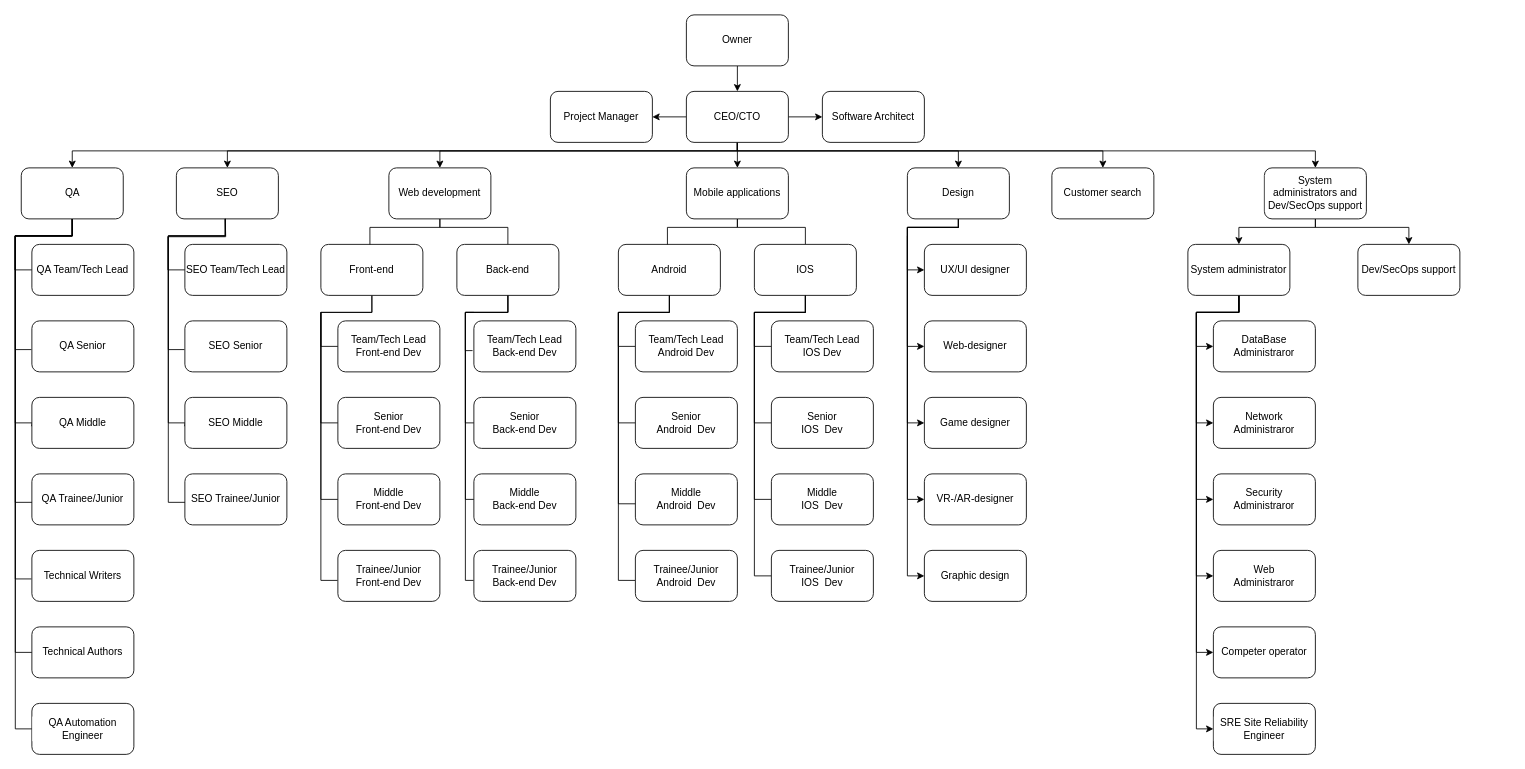
Above: StructurITCompany/LW4.drawio in Kostya217/SoftSkillsLaboratoryWork4 (draw.io), before the change. Source tidied: cells renumbered, new cells numbered last; positions are measured from the earlier drawing's top-left corner, leaving out a move shared by most shapes. Both pictures are drawn from the tidied source at 85%, with x=0, y=0 at pixel (14, 14).
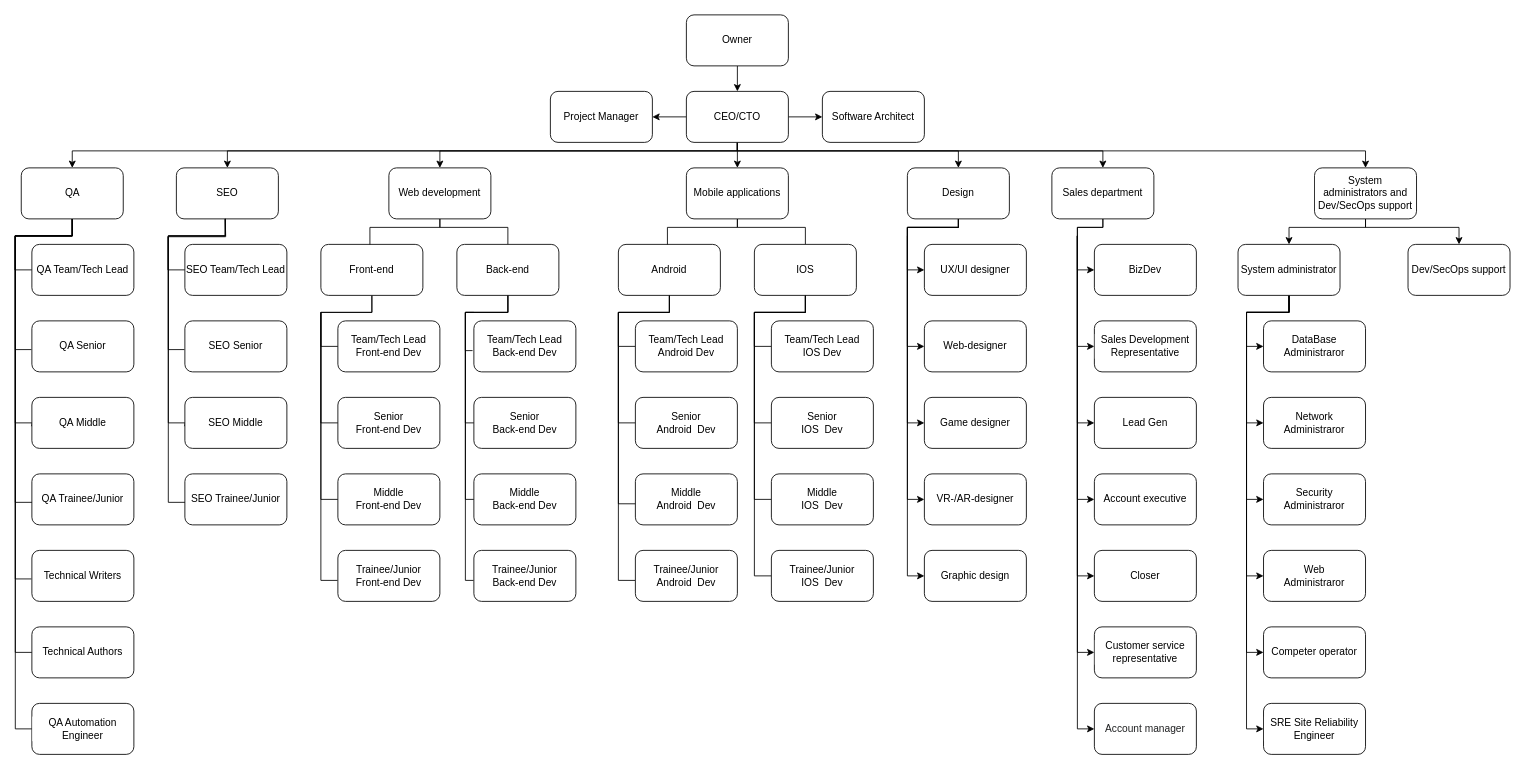
Above is the later version.

The change refers to these unchanged cells:
```xml
<mxCell id="13" value="CEO/CTO" style="rounded=1;whiteSpace=wrap;html=1;fillColor=default;strokeColor=default;fontColor=default;" parent="1" vertex="1">
  <mxGeometry x="790" y="90" width="120" height="60" as="geometry" />
</mxCell>
```

The edit, as a diff of the source:
```diff
@@
     <mxCell id="9" style="edgeStyle=orthogonalEdgeStyle;rounded=0;jettySize=auto;html=1;entryX=0.5;entryY=0;entryDx=0;entryDy=0;labelBackgroundColor=default;fontColor=default;strokeColor=default;" parent="1" edge="1" source="13" target="47">
       <mxGeometry relative="1" as="geometry">
         <Array as="points">
           <mxPoint x="850" y="160" />
-          <mxPoint x="1530" y="160" />
+          <mxPoint x="1589" y="160" />
         </Array>
       </mxGeometry>
     </mxCell>
@@
+    <mxCell id="111" style="edgeStyle=orthogonalEdgeStyle;rounded=0;jettySize=auto;html=1;entryX=0;entryY=0.5;entryDx=0;entryDy=0;fontFamily=Helvetica;fontSize=12;fontColor=#000000;" parent="1" edge="1" source="44" target="121">
+      <mxGeometry relative="1" as="geometry">
+        <Array as="points">
+          <mxPoint x="1280" y="250" />
+          <mxPoint x="1250" y="250" />
+          <mxPoint x="1250" y="300" />
+        </Array>
+      </mxGeometry>
+    </mxCell>
+    <mxCell id="112" style="edgeStyle=orthogonalEdgeStyle;rounded=0;jettySize=auto;html=1;entryX=0;entryY=0.5;entryDx=0;entryDy=0;fontFamily=Helvetica;fontSize=12;fontColor=#000000;" parent="1" edge="1" target="123">
+      <mxGeometry relative="1" as="geometry">
+        <mxPoint x="1250" y="260" as="sourcePoint" />
+        <Array as="points">
+          <mxPoint x="1250" y="390" />
+        </Array>
+      </mxGeometry>
+    </mxCell>
+    <mxCell id="113" style="edgeStyle=orthogonalEdgeStyle;rounded=0;jettySize=auto;html=1;entryX=0;entryY=0.5;entryDx=0;entryDy=0;fontFamily=Helvetica;fontSize=12;fontColor=#000000;" parent="1" edge="1" target="122">
+      <mxGeometry relative="1" as="geometry">
+        <mxPoint x="1250" y="260" as="sourcePoint" />
+        <Array as="points">
+          <mxPoint x="1250" y="480" />
+        </Array>
+      </mxGeometry>
+    </mxCell>
+    <mxCell id="114" style="edgeStyle=orthogonalEdgeStyle;rounded=0;jettySize=auto;html=1;entryX=0;entryY=0.5;entryDx=0;entryDy=0;fontFamily=Helvetica;fontSize=12;fontColor=#000000;" parent="1" edge="1" target="118">
+      <mxGeometry relative="1" as="geometry">
+        <mxPoint x="1250" y="260" as="sourcePoint" />
+        <Array as="points">
+          <mxPoint x="1250" y="570" />
+        </Array>
+      </mxGeometry>
+    </mxCell>
+    <mxCell id="115" style="edgeStyle=orthogonalEdgeStyle;rounded=0;jettySize=auto;html=1;entryX=0;entryY=0.5;entryDx=0;entryDy=0;fontFamily=Helvetica;fontSize=12;fontColor=#000000;" parent="1" edge="1" target="124">
+      <mxGeometry relative="1" as="geometry">
+        <mxPoint x="1250" y="260" as="sourcePoint" />
+        <Array as="points">
+          <mxPoint x="1250" y="660" />
+        </Array>
+      </mxGeometry>
+    </mxCell>
+    <mxCell id="116" style="edgeStyle=orthogonalEdgeStyle;rounded=0;jettySize=auto;html=1;entryX=0;entryY=0.5;entryDx=0;entryDy=0;fontFamily=Helvetica;fontSize=12;fontColor=#000000;" parent="1" edge="1" target="119">
+      <mxGeometry relative="1" as="geometry">
+        <mxPoint x="1250" y="260" as="sourcePoint" />
+        <Array as="points">
+          <mxPoint x="1250" y="750" />
+        </Array>
+      </mxGeometry>
+    </mxCell>
+    <mxCell id="117" style="edgeStyle=orthogonalEdgeStyle;rounded=0;jettySize=auto;html=1;entryX=0;entryY=0.5;entryDx=0;entryDy=0;fontFamily=Helvetica;fontSize=12;fontColor=#000000;exitX=0.5;exitY=1;exitDx=0;exitDy=0;" parent="1" edge="1" source="44" target="120">
+      <mxGeometry relative="1" as="geometry">
+        <Array as="points">
+          <mxPoint x="1280" y="250" />
+          <mxPoint x="1250" y="250" />
+          <mxPoint x="1250" y="840" />
+        </Array>
+      </mxGeometry>
+    </mxCell>
-    <mxCell id="44" value="Customer search" style="rounded=1;whiteSpace=wrap;html=1;fontColor=default;strokeColor=default;fillColor=default;labelBackgroundColor=default;" parent="1" vertex="1">
+    <mxCell id="44" value="Sales department" style="rounded=1;whiteSpace=wrap;html=1;fontColor=default;strokeColor=default;fillColor=default;labelBackgroundColor=default;" parent="1" vertex="1">
       <mxGeometry x="1220" y="180" width="120" height="60" as="geometry" />
     </mxCell>
     <mxCell id="45" style="edgeStyle=orthogonalEdgeStyle;rounded=0;jettySize=auto;html=1;entryX=0.5;entryY=0;entryDx=0;entryDy=0;labelBackgroundColor=default;fontColor=default;strokeColor=default;" parent="1" edge="1" source="47" target="55">
       <mxGeometry relative="1" as="geometry">
         <Array as="points">
-          <mxPoint x="1530" y="250" />
-          <mxPoint x="1440" y="250" />
+          <mxPoint x="1589" y="250" />
+          <mxPoint x="1499" y="250" />
         </Array>
       </mxGeometry>
     </mxCell>
     <mxCell id="46" style="edgeStyle=orthogonalEdgeStyle;rounded=0;jettySize=auto;html=1;entryX=0.5;entryY=0;entryDx=0;entryDy=0;labelBackgroundColor=default;fontFamily=Helvetica;fontSize=12;fontColor=default;endArrow=classic;endFill=1;strokeColor=default;strokeWidth=1;fillColor=default;" parent="1" edge="1" source="47" target="110">
       <mxGeometry relative="1" as="geometry">
         <Array as="points">
-          <mxPoint x="1530" y="250" />
-          <mxPoint x="1640" y="250" />
+          <mxPoint x="1589" y="250" />
+          <mxPoint x="1699" y="250" />
         </Array>
       </mxGeometry>
     </mxCell>
     <mxCell id="47" value="System administrators and Dev/SecOps support" style="rounded=1;whiteSpace=wrap;html=1;fontColor=default;strokeColor=default;fillColor=default;labelBackgroundColor=default;" parent="1" vertex="1">
-      <mxGeometry x="1470" y="180" width="120" height="60" as="geometry" />
+      <mxGeometry x="1529" y="180" width="120" height="60" as="geometry" />
     </mxCell>
     <mxCell id="48" value="DataBase&lt;br&gt;Administraror" style="rounded=1;whiteSpace=wrap;html=1;fontColor=default;strokeColor=default;fillColor=default;labelBackgroundColor=default;" parent="1" vertex="1">
-      <mxGeometry x="1410" y="360" width="120" height="60" as="geometry" />
+      <mxGeometry x="1469" y="360" width="120" height="60" as="geometry" />
     </mxCell>
@@
     <mxCell id="50" style="edgeStyle=orthogonalEdgeStyle;rounded=0;jettySize=auto;html=1;entryX=0;entryY=0.5;entryDx=0;entryDy=0;labelBackgroundColor=default;fontFamily=Helvetica;fontSize=12;fontColor=default;endArrow=classic;endFill=1;strokeColor=default;strokeWidth=1;fillColor=default;" parent="1" edge="1" source="55" target="105">
       <mxGeometry relative="1" as="geometry">
         <Array as="points">
-          <mxPoint x="1440" y="350" />
-          <mxPoint x="1390" y="350" />
-          <mxPoint x="1390" y="480" />
+          <mxPoint x="1499" y="350" />
+          <mxPoint x="1449" y="350" />
+          <mxPoint x="1449" y="480" />
         </Array>
       </mxGeometry>
     </mxCell>
     <mxCell id="51" style="edgeStyle=orthogonalEdgeStyle;rounded=0;jettySize=auto;html=1;entryX=0;entryY=0.5;entryDx=0;entryDy=0;labelBackgroundColor=default;fontFamily=Helvetica;fontSize=12;fontColor=default;endArrow=classic;endFill=1;strokeColor=default;strokeWidth=1;fillColor=default;" parent="1" edge="1" source="55" target="106">
       <mxGeometry relative="1" as="geometry">
         <Array as="points">
-          <mxPoint x="1440" y="350" />
-          <mxPoint x="1390" y="350" />
-          <mxPoint x="1390" y="570" />
+          <mxPoint x="1499" y="350" />
+          <mxPoint x="1449" y="350" />
+          <mxPoint x="1449" y="570" />
         </Array>
       </mxGeometry>
     </mxCell>
     <mxCell id="52" style="edgeStyle=orthogonalEdgeStyle;rounded=0;jettySize=auto;html=1;entryX=0;entryY=0.5;entryDx=0;entryDy=0;labelBackgroundColor=default;fontFamily=Helvetica;fontSize=12;fontColor=default;endArrow=classic;endFill=1;strokeColor=default;strokeWidth=1;fillColor=default;" parent="1" edge="1" source="55" target="107">
       <mxGeometry relative="1" as="geometry">
         <Array as="points">
-          <mxPoint x="1440" y="350" />
-          <mxPoint x="1390" y="350" />
-          <mxPoint x="1390" y="660" />
+          <mxPoint x="1499" y="350" />
+          <mxPoint x="1449" y="350" />
+          <mxPoint x="1449" y="660" />
         </Array>
       </mxGeometry>
     </mxCell>
     <mxCell id="53" style="edgeStyle=orthogonalEdgeStyle;rounded=0;jettySize=auto;html=1;entryX=0;entryY=0.5;entryDx=0;entryDy=0;labelBackgroundColor=default;fontFamily=Helvetica;fontSize=12;fontColor=default;endArrow=classic;endFill=1;strokeColor=default;strokeWidth=1;fillColor=default;" parent="1" edge="1" source="55" target="108">
       <mxGeometry relative="1" as="geometry">
         <Array as="points">
-          <mxPoint x="1440" y="350" />
-          <mxPoint x="1390" y="350" />
-          <mxPoint x="1390" y="750" />
+          <mxPoint x="1499" y="350" />
+          <mxPoint x="1449" y="350" />
+          <mxPoint x="1449" y="750" />
         </Array>
       </mxGeometry>
     </mxCell>
     <mxCell id="54" style="edgeStyle=orthogonalEdgeStyle;rounded=0;jettySize=auto;html=1;entryX=0;entryY=0.5;entryDx=0;entryDy=0;labelBackgroundColor=default;fontFamily=Helvetica;fontSize=12;fontColor=default;endArrow=classic;endFill=1;strokeColor=default;strokeWidth=1;fillColor=default;" parent="1" edge="1" source="55" target="109">
       <mxGeometry relative="1" as="geometry">
         <Array as="points">
-          <mxPoint x="1440" y="350" />
-          <mxPoint x="1390" y="350" />
-          <mxPoint x="1390" y="840" />
+          <mxPoint x="1499" y="350" />
+          <mxPoint x="1449" y="350" />
+          <mxPoint x="1449" y="840" />
         </Array>
       </mxGeometry>
     </mxCell>
     <mxCell id="55" value="System administrator" style="rounded=1;whiteSpace=wrap;html=1;fontColor=default;strokeColor=default;fillColor=default;labelBackgroundColor=default;" parent="1" vertex="1">
-      <mxGeometry x="1380" y="270" width="120" height="60" as="geometry" />
+      <mxGeometry x="1439" y="270" width="120" height="60" as="geometry" />
     </mxCell>
@@
     <mxCell id="105" value="Network&lt;br&gt;Administraror" style="rounded=1;whiteSpace=wrap;html=1;fontColor=default;strokeColor=default;fillColor=default;labelBackgroundColor=default;" parent="1" vertex="1">
-      <mxGeometry x="1410" y="450" width="120" height="60" as="geometry" />
+      <mxGeometry x="1469" y="450" width="120" height="60" as="geometry" />
     </mxCell>
     <mxCell id="106" value="Security&lt;br&gt;Administraror" style="rounded=1;whiteSpace=wrap;html=1;fontColor=default;strokeColor=default;fillColor=default;labelBackgroundColor=default;" parent="1" vertex="1">
-      <mxGeometry x="1410" y="540" width="120" height="60" as="geometry" />
+      <mxGeometry x="1469" y="540" width="120" height="60" as="geometry" />
     </mxCell>
     <mxCell id="107" value="Web&lt;br&gt;Administraror" style="rounded=1;whiteSpace=wrap;html=1;fontColor=default;strokeColor=default;fillColor=default;labelBackgroundColor=default;" parent="1" vertex="1">
-      <mxGeometry x="1410" y="630" width="120" height="60" as="geometry" />
+      <mxGeometry x="1469" y="630" width="120" height="60" as="geometry" />
     </mxCell>
     <mxCell id="108" value="Competer operator" style="rounded=1;whiteSpace=wrap;html=1;fontColor=default;strokeColor=default;fillColor=default;labelBackgroundColor=default;" parent="1" vertex="1">
-      <mxGeometry x="1410" y="720" width="120" height="60" as="geometry" />
+      <mxGeometry x="1469" y="720" width="120" height="60" as="geometry" />
     </mxCell>
     <mxCell id="109" value="&lt;font style=&quot;font-size: 12px&quot;&gt;&lt;span style=&quot;text-align: left;&quot;&gt;SRE Site Reliability Engineer&lt;/span&gt;&lt;/font&gt;" style="rounded=1;whiteSpace=wrap;html=1;fontColor=default;strokeColor=default;fillColor=default;labelBackgroundColor=default;" parent="1" vertex="1">
-      <mxGeometry x="1410" y="810" width="120" height="60" as="geometry" />
+      <mxGeometry x="1469" y="810" width="120" height="60" as="geometry" />
     </mxCell>
     <mxCell id="110" value="Dev/SecOps support" style="rounded=1;whiteSpace=wrap;html=1;fontColor=default;strokeColor=default;fillColor=default;labelBackgroundColor=default;" parent="1" vertex="1">
-      <mxGeometry x="1580" y="270" width="120" height="60" as="geometry" />
+      <mxGeometry x="1639" y="270" width="120" height="60" as="geometry" />
     </mxCell>
+    <mxCell id="118" value="&lt;span style=&quot;margin: 0px ; padding: 0px ; border: 0px ; font-stretch: inherit ; line-height: inherit ; vertical-align: baseline ; box-sizing: inherit&quot;&gt;&lt;font style=&quot;font-size: 12px&quot;&gt;Account executive&lt;/font&gt;&lt;/span&gt;" style="rounded=1;whiteSpace=wrap;html=1;fontColor=default;strokeColor=default;fillColor=default;labelBackgroundColor=default;" parent="1" vertex="1">
+      <mxGeometry x="1270" y="540" width="120" height="60" as="geometry" />
+    </mxCell>
+    <mxCell id="119" value="&lt;span&gt;&lt;font style=&quot;font-size: 12px&quot;&gt;Customer service representative&lt;/font&gt;&lt;/span&gt;" style="rounded=1;whiteSpace=wrap;html=1;fontColor=default;strokeColor=default;fillColor=default;labelBackgroundColor=default;" parent="1" vertex="1">
+      <mxGeometry x="1270" y="720" width="120" height="60" as="geometry" />
+    </mxCell>
+    <mxCell id="120" value="&lt;span style=&quot;color: rgb(32 , 33 , 34)&quot;&gt;&lt;font style=&quot;font-size: 12px&quot;&gt;Account manager&lt;/font&gt;&lt;/span&gt;&lt;span style=&quot;color: rgb(32 , 33 , 34)&quot;&gt;&lt;font style=&quot;font-size: 12px&quot;&gt;&lt;br&gt;&lt;/font&gt;&lt;/span&gt;" style="rounded=1;whiteSpace=wrap;html=1;fontColor=default;strokeColor=default;fillColor=default;labelBackgroundColor=default;align=center;" parent="1" vertex="1">
+      <mxGeometry x="1270" y="810" width="120" height="60" as="geometry" />
+    </mxCell>
+    <mxCell id="121" value="&lt;span&gt;&lt;font style=&quot;font-size: 12px&quot;&gt;BizDev&lt;/font&gt;&lt;/span&gt;" style="rounded=1;whiteSpace=wrap;html=1;fontColor=default;strokeColor=default;fillColor=default;labelBackgroundColor=default;align=center;" parent="1" vertex="1">
+      <mxGeometry x="1270" y="270" width="120" height="60" as="geometry" />
+    </mxCell>
+    <mxCell id="122" value="&lt;span&gt;Lead Gen&lt;/span&gt;" style="rounded=1;whiteSpace=wrap;html=1;fontColor=default;strokeColor=default;fillColor=default;labelBackgroundColor=default;align=center;" parent="1" vertex="1">
+      <mxGeometry x="1270" y="450" width="120" height="60" as="geometry" />
+    </mxCell>
+    <mxCell id="123" value="&lt;span&gt;&lt;font style=&quot;font-size: 12px&quot;&gt;Sales Development Representative&lt;/font&gt;&lt;/span&gt;" style="rounded=1;whiteSpace=wrap;html=1;fontColor=default;strokeColor=default;fillColor=default;labelBackgroundColor=default;align=center;" parent="1" vertex="1">
+      <mxGeometry x="1270" y="360" width="120" height="60" as="geometry" />
+    </mxCell>
+    <mxCell id="124" value="&lt;span&gt;Closer&lt;/span&gt;" style="rounded=1;whiteSpace=wrap;html=1;fontColor=default;strokeColor=default;fillColor=default;labelBackgroundColor=default;align=center;" parent="1" vertex="1">
+      <mxGeometry x="1270" y="630" width="120" height="60" as="geometry" />
+    </mxCell>
```
